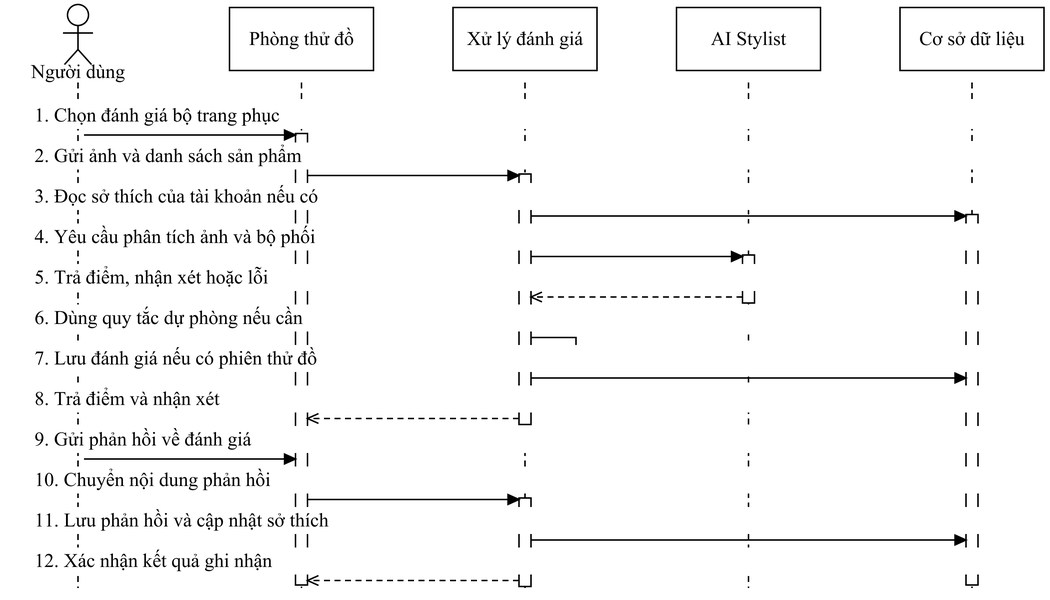
The draw.io diagram docs/do-an-LSOUL/So-do-LSOUL-rut-gon/anh-png/SEQ-08.png in Loccao102/BanHang, before a commit. Source tidied: cells renumbered, new cells last; positions are measured from the earlier drawing's top-left corner, leaving out a move shared by most shapes.
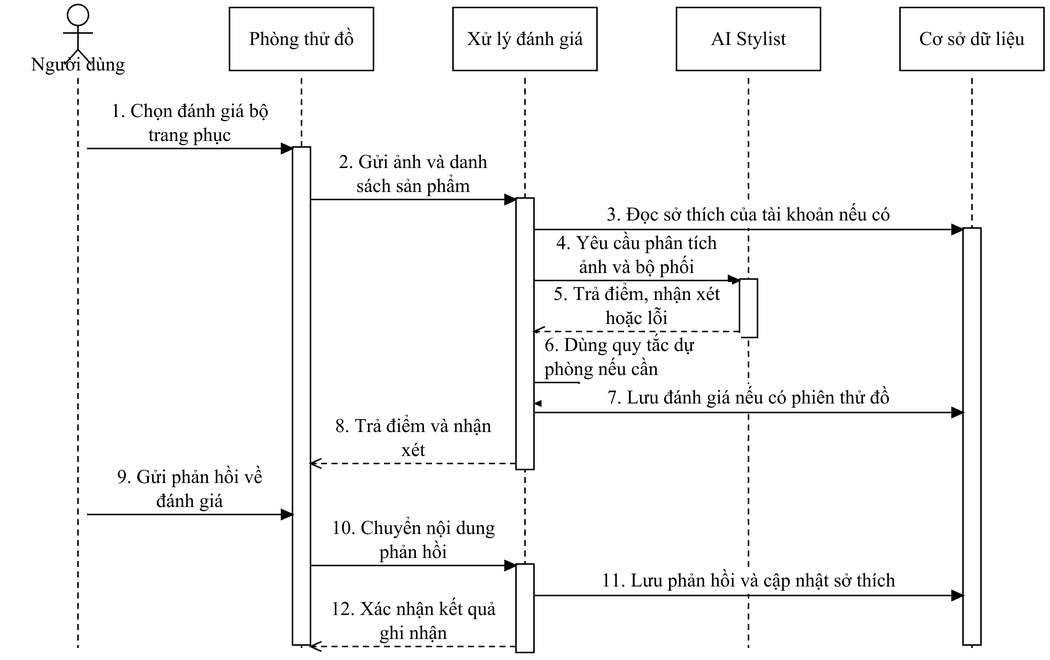
The same diagram one commit later.

What changed in the source:
```diff
@@ -6,4 +6,4 @@
       <mxGeometry relative="1" as="geometry">
-        <mxPoint x="48" y="52" as="sourcePoint" />
-        <mxPoint x="48" y="389" as="targetPoint" />
+        <mxPoint x="48" y="49" as="sourcePoint" />
+        <mxPoint x="48" y="429" as="targetPoint" />
       </mxGeometry>
@@ -12,4 +12,4 @@
       <mxGeometry relative="1" as="geometry">
-        <mxPoint x="197" y="52" as="sourcePoint" />
-        <mxPoint x="197" y="389" as="targetPoint" />
+        <mxPoint x="197" y="49" as="sourcePoint" />
+        <mxPoint x="197" y="429" as="targetPoint" />
       </mxGeometry>
@@ -18,4 +18,4 @@
       <mxGeometry relative="1" as="geometry">
-        <mxPoint x="346" y="52" as="sourcePoint" />
-        <mxPoint x="346" y="389" as="targetPoint" />
+        <mxPoint x="346" y="49" as="sourcePoint" />
+        <mxPoint x="346" y="429" as="targetPoint" />
       </mxGeometry>
@@ -24,4 +24,4 @@
       <mxGeometry relative="1" as="geometry">
-        <mxPoint x="495" y="52" as="sourcePoint" />
-        <mxPoint x="495" y="389" as="targetPoint" />
+        <mxPoint x="495" y="49" as="sourcePoint" />
+        <mxPoint x="495" y="429" as="targetPoint" />
       </mxGeometry>
@@ -30,4 +30,4 @@
       <mxGeometry relative="1" as="geometry">
-        <mxPoint x="644" y="52" as="sourcePoint" />
-        <mxPoint x="644" y="389" as="targetPoint" />
+        <mxPoint x="644" y="49" as="sourcePoint" />
+        <mxPoint x="644" y="429" as="targetPoint" />
       </mxGeometry>
@@ -35,18 +35,18 @@
     <mxCell id="7" style="fontFamily=Times New Roman;fontSize=13;fontColor=#000000;strokeColor=#000000;strokeWidth=1;fillColor=#FFFFFF;shadow=0;rounded=0;html=0;whiteSpace=wrap;spacing=5;align=center;verticalAlign=middle;" parent="1" vertex="1">
-      <mxGeometry x="491" y="167" width="8" height="32" as="geometry" />
+      <mxGeometry x="489" y="183" width="12" height="39" as="geometry" />
     </mxCell>
     <mxCell id="8" style="fontFamily=Times New Roman;fontSize=13;fontColor=#000000;strokeColor=#000000;strokeWidth=1;fillColor=#FFFFFF;shadow=0;rounded=0;html=0;whiteSpace=wrap;spacing=5;align=center;verticalAlign=middle;" parent="1" vertex="1">
-      <mxGeometry x="342" y="113" width="8" height="167" as="geometry" />
+      <mxGeometry x="340" y="129" width="12" height="181" as="geometry" />
     </mxCell>
     <mxCell id="9" style="fontFamily=Times New Roman;fontSize=13;fontColor=#000000;strokeColor=#000000;strokeWidth=1;fillColor=#FFFFFF;shadow=0;rounded=0;html=0;whiteSpace=wrap;spacing=5;align=center;verticalAlign=middle;" parent="1" vertex="1">
-      <mxGeometry x="342" y="329" width="8" height="59" as="geometry" />
+      <mxGeometry x="340" y="373" width="12" height="59" as="geometry" />
     </mxCell>
     <mxCell id="10" style="fontFamily=Times New Roman;fontSize=13;fontColor=#000000;strokeColor=#000000;strokeWidth=1;fillColor=#FFFFFF;shadow=0;rounded=0;html=0;whiteSpace=wrap;spacing=5;align=center;verticalAlign=middle;" parent="1" vertex="1">
-      <mxGeometry x="193" y="86" width="8" height="301" as="geometry" />
+      <mxGeometry x="191" y="95" width="12" height="332" as="geometry" />
     </mxCell>
     <mxCell id="11" style="fontFamily=Times New Roman;fontSize=13;fontColor=#000000;strokeColor=#000000;strokeWidth=1;fillColor=#FFFFFF;shadow=0;rounded=0;html=0;whiteSpace=wrap;spacing=5;align=center;verticalAlign=middle;" parent="1" vertex="1">
-      <mxGeometry x="640" y="140" width="8" height="247" as="geometry" />
+      <mxGeometry x="638" y="149" width="12" height="278" as="geometry" />
     </mxCell>
-    <mxCell id="12" value="1. Chọn đánh giá bộ trang phục" style="fontFamily=Times New Roman;fontSize=13;fontColor=#000000;strokeColor=#000000;strokeWidth=1;fillColor=#FFFFFF;shadow=0;rounded=0;html=0;whiteSpace=wrap;spacing=5;text;strokeColor=none;fillColor=none;align=left;verticalAlign=middle;fillColor=#FFFFFF;" parent="1" vertex="1">
-      <mxGeometry x="14" y="65" width="664" height="18" as="geometry" />
+    <mxCell id="12" value="1. Chọn đánh giá bộ&#10;trang phục" style="fontFamily=Times New Roman;fontSize=13;fontColor=#000000;strokeColor=#000000;strokeWidth=1;fillColor=#FFFFFF;shadow=0;rounded=0;html=0;whiteSpace=wrap;spacing=5;text;strokeColor=none;fillColor=none;align=center;verticalAlign=middle;fillColor=#FFFFFF;" parent="1" vertex="1">
+      <mxGeometry x="59" y="63" width="127" height="32" as="geometry" />
     </mxCell>
@@ -54,8 +54,8 @@
       <mxGeometry relative="1" as="geometry">
-        <mxPoint x="52" y="87" as="sourcePoint" />
-        <mxPoint x="193" y="87" as="targetPoint" />
+        <mxPoint x="54" y="96" as="sourcePoint" />
+        <mxPoint x="191" y="96" as="targetPoint" />
       </mxGeometry>
     </mxCell>
-    <mxCell id="14" value="2. Gửi ảnh và danh sách sản phẩm" style="fontFamily=Times New Roman;fontSize=13;fontColor=#000000;strokeColor=#000000;strokeWidth=1;fillColor=#FFFFFF;shadow=0;rounded=0;html=0;whiteSpace=wrap;spacing=5;text;strokeColor=none;fillColor=none;align=left;verticalAlign=middle;fillColor=#FFFFFF;" parent="1" vertex="1">
-      <mxGeometry x="14" y="92" width="664" height="18" as="geometry" />
+    <mxCell id="14" value="2. Gửi ảnh và danh&#10;sách sản phẩm" style="fontFamily=Times New Roman;fontSize=13;fontColor=#000000;strokeColor=#000000;strokeWidth=1;fillColor=#FFFFFF;shadow=0;rounded=0;html=0;whiteSpace=wrap;spacing=5;text;strokeColor=none;fillColor=none;align=center;verticalAlign=middle;fillColor=#FFFFFF;" parent="1" vertex="1">
+      <mxGeometry x="208" y="97" width="127" height="32" as="geometry" />
     </mxCell>
@@ -63,8 +63,8 @@
       <mxGeometry relative="1" as="geometry">
-        <mxPoint x="201" y="114" as="sourcePoint" />
-        <mxPoint x="342" y="114" as="targetPoint" />
+        <mxPoint x="203" y="130" as="sourcePoint" />
+        <mxPoint x="340" y="130" as="targetPoint" />
       </mxGeometry>
     </mxCell>
-    <mxCell id="16" value="3. Đọc sở thích của tài khoản nếu có" style="fontFamily=Times New Roman;fontSize=13;fontColor=#000000;strokeColor=#000000;strokeWidth=1;fillColor=#FFFFFF;shadow=0;rounded=0;html=0;whiteSpace=wrap;spacing=5;text;strokeColor=none;fillColor=none;align=left;verticalAlign=middle;fillColor=#FFFFFF;" parent="1" vertex="1">
-      <mxGeometry x="14" y="119" width="664" height="18" as="geometry" />
+    <mxCell id="16" value="3. Đọc sở thích của tài khoản nếu có" style="fontFamily=Times New Roman;fontSize=13;fontColor=#000000;strokeColor=#000000;strokeWidth=1;fillColor=#FFFFFF;shadow=0;rounded=0;html=0;whiteSpace=wrap;spacing=5;text;strokeColor=none;fillColor=none;align=center;verticalAlign=middle;fillColor=#FFFFFF;" parent="1" vertex="1">
+      <mxGeometry x="357" y="131" width="276" height="18" as="geometry" />
     </mxCell>
@@ -72,8 +72,8 @@
       <mxGeometry relative="1" as="geometry">
-        <mxPoint x="350" y="141" as="sourcePoint" />
-        <mxPoint x="640" y="141" as="targetPoint" />
+        <mxPoint x="352" y="150" as="sourcePoint" />
+        <mxPoint x="638" y="150" as="targetPoint" />
       </mxGeometry>
     </mxCell>
-    <mxCell id="18" value="4. Yêu cầu phân tích ảnh và bộ phối" style="fontFamily=Times New Roman;fontSize=13;fontColor=#000000;strokeColor=#000000;strokeWidth=1;fillColor=#FFFFFF;shadow=0;rounded=0;html=0;whiteSpace=wrap;spacing=5;text;strokeColor=none;fillColor=none;align=left;verticalAlign=middle;fillColor=#FFFFFF;" parent="1" vertex="1">
-      <mxGeometry x="14" y="146" width="664" height="18" as="geometry" />
+    <mxCell id="18" value="4. Yêu cầu phân tích&#10;ảnh và bộ phối" style="fontFamily=Times New Roman;fontSize=13;fontColor=#000000;strokeColor=#000000;strokeWidth=1;fillColor=#FFFFFF;shadow=0;rounded=0;html=0;whiteSpace=wrap;spacing=5;text;strokeColor=none;fillColor=none;align=center;verticalAlign=middle;fillColor=#FFFFFF;" parent="1" vertex="1">
+      <mxGeometry x="357" y="151" width="127" height="32" as="geometry" />
     </mxCell>
@@ -81,8 +81,8 @@
       <mxGeometry relative="1" as="geometry">
-        <mxPoint x="350" y="168" as="sourcePoint" />
-        <mxPoint x="491" y="168" as="targetPoint" />
+        <mxPoint x="352" y="184" as="sourcePoint" />
+        <mxPoint x="489" y="184" as="targetPoint" />
       </mxGeometry>
     </mxCell>
-    <mxCell id="20" value="5. Trả điểm, nhận xét hoặc lỗi" style="fontFamily=Times New Roman;fontSize=13;fontColor=#000000;strokeColor=#000000;strokeWidth=1;fillColor=#FFFFFF;shadow=0;rounded=0;html=0;whiteSpace=wrap;spacing=5;text;strokeColor=none;fillColor=none;align=left;verticalAlign=middle;fillColor=#FFFFFF;" parent="1" vertex="1">
-      <mxGeometry x="14" y="173" width="664" height="18" as="geometry" />
+    <mxCell id="20" value="5. Trả điểm, nhận xét&#10;hoặc lỗi" style="fontFamily=Times New Roman;fontSize=13;fontColor=#000000;strokeColor=#000000;strokeWidth=1;fillColor=#FFFFFF;shadow=0;rounded=0;html=0;whiteSpace=wrap;spacing=5;text;strokeColor=none;fillColor=none;align=center;verticalAlign=middle;fillColor=#FFFFFF;" parent="1" vertex="1">
+      <mxGeometry x="357" y="185" width="127" height="32" as="geometry" />
     </mxCell>
@@ -90,8 +90,8 @@
       <mxGeometry relative="1" as="geometry">
-        <mxPoint x="491" y="195" as="sourcePoint" />
-        <mxPoint x="350" y="195" as="targetPoint" />
+        <mxPoint x="489" y="218" as="sourcePoint" />
+        <mxPoint x="352" y="218" as="targetPoint" />
       </mxGeometry>
     </mxCell>
-    <mxCell id="22" value="6. Dùng quy tắc dự phòng nếu cần" style="fontFamily=Times New Roman;fontSize=13;fontColor=#000000;strokeColor=#000000;strokeWidth=1;fillColor=#FFFFFF;shadow=0;rounded=0;html=0;whiteSpace=wrap;spacing=5;text;strokeColor=none;fillColor=none;align=left;verticalAlign=middle;fillColor=#FFFFFF;" parent="1" vertex="1">
-      <mxGeometry x="14" y="200" width="664" height="18" as="geometry" />
+    <mxCell id="22" value="6. Dùng quy tắc dự&#10;phòng nếu cần" style="fontFamily=Times New Roman;fontSize=13;fontColor=#000000;strokeColor=#000000;strokeWidth=1;fillColor=#FFFFFF;shadow=0;rounded=0;html=0;whiteSpace=wrap;spacing=5;text;strokeColor=none;fillColor=none;align=left;verticalAlign=middle;fillColor=#FFFFFF;" parent="1" vertex="1">
+      <mxGeometry x="354" y="219" width="136" height="32" as="geometry" />
     </mxCell>
@@ -99,7 +99,7 @@
       <mxGeometry relative="1" as="geometry">
-        <mxPoint x="350" y="222" as="sourcePoint" />
-        <mxPoint x="351" y="234" as="targetPoint" />
+        <mxPoint x="352" y="252" as="sourcePoint" />
+        <mxPoint x="353" y="266" as="targetPoint" />
         <Array as="points">
-          <mxPoint x="380" y="222" />
-          <mxPoint x="380" y="234" />
+          <mxPoint x="382" y="252" />
+          <mxPoint x="382" y="266" />
         </Array>
@@ -107,4 +107,4 @@
     </mxCell>
-    <mxCell id="24" value="7. Lưu đánh giá nếu có phiên thử đồ" style="fontFamily=Times New Roman;fontSize=13;fontColor=#000000;strokeColor=#000000;strokeWidth=1;fillColor=#FFFFFF;shadow=0;rounded=0;html=0;whiteSpace=wrap;spacing=5;text;strokeColor=none;fillColor=none;align=left;verticalAlign=middle;fillColor=#FFFFFF;" parent="1" vertex="1">
-      <mxGeometry x="14" y="227" width="664" height="18" as="geometry" />
+    <mxCell id="24" value="7. Lưu đánh giá nếu có phiên thử đồ" style="fontFamily=Times New Roman;fontSize=13;fontColor=#000000;strokeColor=#000000;strokeWidth=1;fillColor=#FFFFFF;shadow=0;rounded=0;html=0;whiteSpace=wrap;spacing=5;text;strokeColor=none;fillColor=none;align=center;verticalAlign=middle;fillColor=#FFFFFF;" parent="1" vertex="1">
+      <mxGeometry x="357" y="253" width="276" height="18" as="geometry" />
     </mxCell>
@@ -112,8 +112,8 @@
       <mxGeometry relative="1" as="geometry">
-        <mxPoint x="350" y="249" as="sourcePoint" />
-        <mxPoint x="640" y="249" as="targetPoint" />
+        <mxPoint x="352" y="272" as="sourcePoint" />
+        <mxPoint x="638" y="272" as="targetPoint" />
       </mxGeometry>
     </mxCell>
-    <mxCell id="26" value="8. Trả điểm và nhận xét" style="fontFamily=Times New Roman;fontSize=13;fontColor=#000000;strokeColor=#000000;strokeWidth=1;fillColor=#FFFFFF;shadow=0;rounded=0;html=0;whiteSpace=wrap;spacing=5;text;strokeColor=none;fillColor=none;align=left;verticalAlign=middle;fillColor=#FFFFFF;" parent="1" vertex="1">
-      <mxGeometry x="14" y="254" width="664" height="18" as="geometry" />
+    <mxCell id="26" value="8. Trả điểm và nhận&#10;xét" style="fontFamily=Times New Roman;fontSize=13;fontColor=#000000;strokeColor=#000000;strokeWidth=1;fillColor=#FFFFFF;shadow=0;rounded=0;html=0;whiteSpace=wrap;spacing=5;text;strokeColor=none;fillColor=none;align=center;verticalAlign=middle;fillColor=#FFFFFF;" parent="1" vertex="1">
+      <mxGeometry x="208" y="273" width="127" height="32" as="geometry" />
     </mxCell>
@@ -121,8 +121,8 @@
       <mxGeometry relative="1" as="geometry">
-        <mxPoint x="342" y="276" as="sourcePoint" />
-        <mxPoint x="201" y="276" as="targetPoint" />
+        <mxPoint x="340" y="306" as="sourcePoint" />
+        <mxPoint x="203" y="306" as="targetPoint" />
       </mxGeometry>
     </mxCell>
-    <mxCell id="28" value="9. Gửi phản hồi về đánh giá" style="fontFamily=Times New Roman;fontSize=13;fontColor=#000000;strokeColor=#000000;strokeWidth=1;fillColor=#FFFFFF;shadow=0;rounded=0;html=0;whiteSpace=wrap;spacing=5;text;strokeColor=none;fillColor=none;align=left;verticalAlign=middle;fillColor=#FFFFFF;" parent="1" vertex="1">
-      <mxGeometry x="14" y="281" width="664" height="18" as="geometry" />
+    <mxCell id="28" value="9. Gửi phản hồi về&#10;đánh giá" style="fontFamily=Times New Roman;fontSize=13;fontColor=#000000;strokeColor=#000000;strokeWidth=1;fillColor=#FFFFFF;shadow=0;rounded=0;html=0;whiteSpace=wrap;spacing=5;text;strokeColor=none;fillColor=none;align=center;verticalAlign=middle;fillColor=#FFFFFF;" parent="1" vertex="1">
+      <mxGeometry x="59" y="307" width="127" height="32" as="geometry" />
     </mxCell>
@@ -130,8 +130,8 @@
       <mxGeometry relative="1" as="geometry">
-        <mxPoint x="52" y="303" as="sourcePoint" />
-        <mxPoint x="193" y="303" as="targetPoint" />
+        <mxPoint x="54" y="340" as="sourcePoint" />
+        <mxPoint x="191" y="340" as="targetPoint" />
       </mxGeometry>
     </mxCell>
-    <mxCell id="30" value="10. Chuyển nội dung phản hồi" style="fontFamily=Times New Roman;fontSize=13;fontColor=#000000;strokeColor=#000000;strokeWidth=1;fillColor=#FFFFFF;shadow=0;rounded=0;html=0;whiteSpace=wrap;spacing=5;text;strokeColor=none;fillColor=none;align=left;verticalAlign=middle;fillColor=#FFFFFF;" parent="1" vertex="1">
-      <mxGeometry x="14" y="308" width="664" height="18" as="geometry" />
+    <mxCell id="30" value="10. Chuyển nội dung&#10;phản hồi" style="fontFamily=Times New Roman;fontSize=13;fontColor=#000000;strokeColor=#000000;strokeWidth=1;fillColor=#FFFFFF;shadow=0;rounded=0;html=0;whiteSpace=wrap;spacing=5;text;strokeColor=none;fillColor=none;align=center;verticalAlign=middle;fillColor=#FFFFFF;" parent="1" vertex="1">
+      <mxGeometry x="208" y="341" width="127" height="32" as="geometry" />
     </mxCell>
@@ -139,8 +139,8 @@
       <mxGeometry relative="1" as="geometry">
-        <mxPoint x="201" y="330" as="sourcePoint" />
-        <mxPoint x="342" y="330" as="targetPoint" />
+        <mxPoint x="203" y="374" as="sourcePoint" />
+        <mxPoint x="340" y="374" as="targetPoint" />
       </mxGeometry>
     </mxCell>
-    <mxCell id="32" value="11. Lưu phản hồi và cập nhật sở thích" style="fontFamily=Times New Roman;fontSize=13;fontColor=#000000;strokeColor=#000000;strokeWidth=1;fillColor=#FFFFFF;shadow=0;rounded=0;html=0;whiteSpace=wrap;spacing=5;text;strokeColor=none;fillColor=none;align=left;verticalAlign=middle;fillColor=#FFFFFF;" parent="1" vertex="1">
-      <mxGeometry x="14" y="335" width="664" height="18" as="geometry" />
+    <mxCell id="32" value="11. Lưu phản hồi và cập nhật sở thích" style="fontFamily=Times New Roman;fontSize=13;fontColor=#000000;strokeColor=#000000;strokeWidth=1;fillColor=#FFFFFF;shadow=0;rounded=0;html=0;whiteSpace=wrap;spacing=5;text;strokeColor=none;fillColor=none;align=center;verticalAlign=middle;fillColor=#FFFFFF;" parent="1" vertex="1">
+      <mxGeometry x="357" y="375" width="276" height="18" as="geometry" />
     </mxCell>
@@ -148,8 +148,8 @@
       <mxGeometry relative="1" as="geometry">
-        <mxPoint x="350" y="357" as="sourcePoint" />
-        <mxPoint x="640" y="357" as="targetPoint" />
+        <mxPoint x="352" y="394" as="sourcePoint" />
+        <mxPoint x="638" y="394" as="targetPoint" />
       </mxGeometry>
     </mxCell>
-    <mxCell id="34" value="12. Xác nhận kết quả ghi nhận" style="fontFamily=Times New Roman;fontSize=13;fontColor=#000000;strokeColor=#000000;strokeWidth=1;fillColor=#FFFFFF;shadow=0;rounded=0;html=0;whiteSpace=wrap;spacing=5;text;strokeColor=none;fillColor=none;align=left;verticalAlign=middle;fillColor=#FFFFFF;" parent="1" vertex="1">
-      <mxGeometry x="14" y="362" width="664" height="18" as="geometry" />
+    <mxCell id="34" value="12. Xác nhận kết quả&#10;ghi nhận" style="fontFamily=Times New Roman;fontSize=13;fontColor=#000000;strokeColor=#000000;strokeWidth=1;fillColor=#FFFFFF;shadow=0;rounded=0;html=0;whiteSpace=wrap;spacing=5;text;strokeColor=none;fillColor=none;align=center;verticalAlign=middle;fillColor=#FFFFFF;" parent="1" vertex="1">
+      <mxGeometry x="208" y="395" width="127" height="32" as="geometry" />
     </mxCell>
@@ -157,4 +157,4 @@
       <mxGeometry relative="1" as="geometry">
-        <mxPoint x="342" y="384" as="sourcePoint" />
-        <mxPoint x="201" y="384" as="targetPoint" />
+        <mxPoint x="340" y="428" as="sourcePoint" />
+        <mxPoint x="203" y="428" as="targetPoint" />
       </mxGeometry>
@@ -189,3 +189,3 @@
     <mxCell id="41" value="Người dùng" style="fontFamily=Times New Roman;fontSize=13;fontColor=#000000;strokeColor=#000000;strokeWidth=1;fillColor=#FFFFFF;shadow=0;rounded=0;html=0;whiteSpace=wrap;spacing=5;text;strokeColor=none;fillColor=none;align=center;verticalAlign=middle;" parent="1" vertex="1">
-      <mxGeometry y="37" width="96" height="16" as="geometry" />
+      <mxGeometry y="32" width="96" height="16" as="geometry" />
     </mxCell>
```
